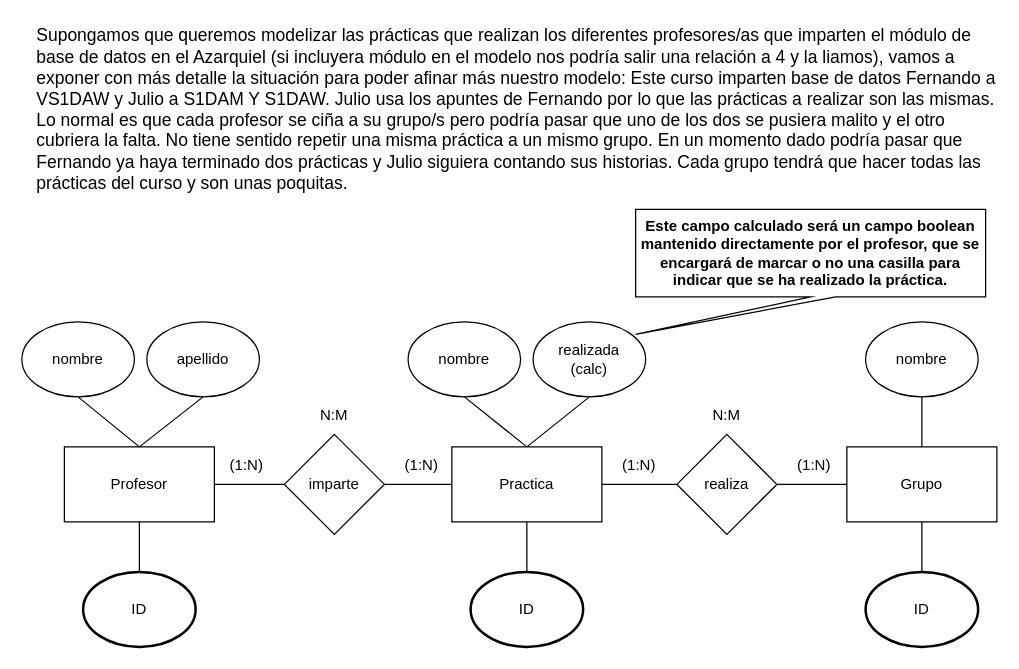
DiEgOfercri/Modelos-BBDD keeps this draw.io diagram as drawio/Ejer2.drawio. Above is the earlier version. Source tidied: cells renumbered, new cells numbered last; positions are measured from the earlier drawing's top-left corner, leaving out a move shared by most shapes. Both pictures are drawn from the tidied source at 125%, with x=0, y=0 at pixel (21, 21).
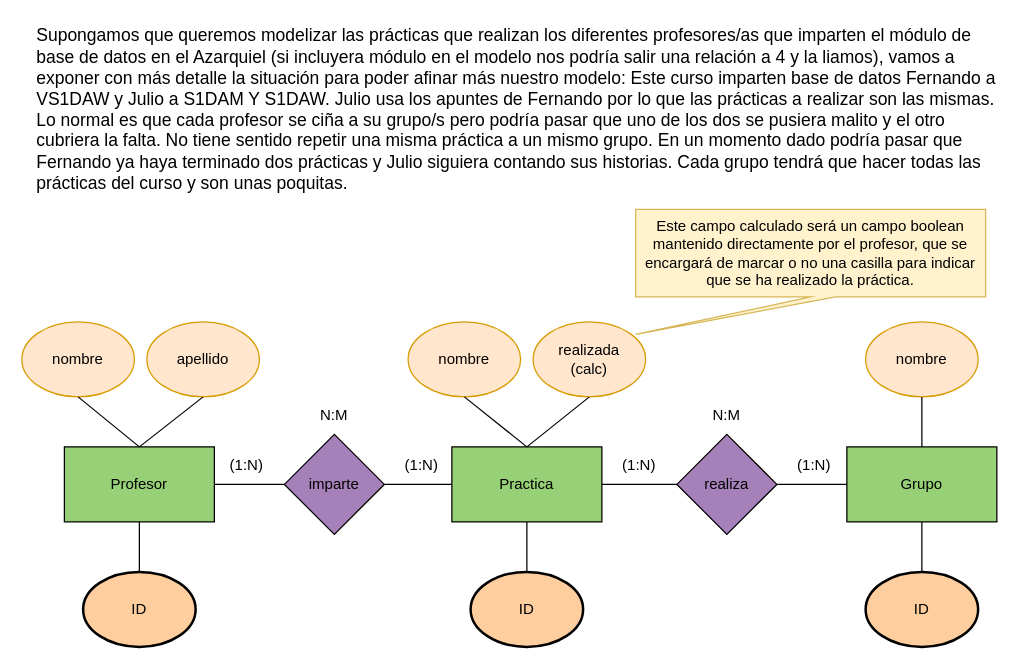
Above is the later version.

The edit, as a diff of the source:
```diff
@@
-    <mxCell id="3" value="Profesor" style="rounded=0;whiteSpace=wrap;html=1;" parent="1" vertex="1">
+    <mxCell id="3" value="Profesor" style="rounded=0;whiteSpace=wrap;html=1;fillColor=#97D077;" parent="1" vertex="1">
       <mxGeometry x="34" y="340" width="120" height="60" as="geometry" />
     </mxCell>
-    <mxCell id="4" value="Practica" style="rounded=0;whiteSpace=wrap;html=1;" parent="1" vertex="1">
+    <mxCell id="4" value="Practica" style="rounded=0;whiteSpace=wrap;html=1;fillColor=#97D077;" parent="1" vertex="1">
       <mxGeometry x="344" y="340" width="120" height="60" as="geometry" />
     </mxCell>
-    <mxCell id="5" value="Grupo" style="rounded=0;whiteSpace=wrap;html=1;" parent="1" vertex="1">
+    <mxCell id="5" value="Grupo" style="rounded=0;whiteSpace=wrap;html=1;fillColor=#97D077;" parent="1" vertex="1">
       <mxGeometry x="660" y="340" width="120" height="60" as="geometry" />
     </mxCell>
-    <mxCell id="6" value="imparte" style="rhombus;whiteSpace=wrap;html=1;" parent="1" vertex="1">
+    <mxCell id="6" value="imparte" style="rhombus;whiteSpace=wrap;html=1;fillColor=#A680B8;" parent="1" vertex="1">
       <mxGeometry x="210" y="330" width="80" height="80" as="geometry" />
     </mxCell>
-    <mxCell id="7" value="realiza" style="rhombus;whiteSpace=wrap;html=1;" parent="1" vertex="1">
+    <mxCell id="7" value="realiza" style="rhombus;whiteSpace=wrap;html=1;fillColor=#A680B8;" parent="1" vertex="1">
       <mxGeometry x="524" y="330" width="80" height="80" as="geometry" />
     </mxCell>
@@
-    <mxCell id="12" value="ID" style="ellipse;whiteSpace=wrap;html=1;strokeWidth=2;" parent="1" vertex="1">
+    <mxCell id="12" value="ID" style="ellipse;whiteSpace=wrap;html=1;strokeWidth=2;fillColor=#FFCE9F;" parent="1" vertex="1">
       <mxGeometry x="675" y="440" width="90" height="60" as="geometry" />
     </mxCell>
-    <mxCell id="13" value="ID" style="ellipse;whiteSpace=wrap;html=1;strokeWidth=2;" parent="1" vertex="1">
+    <mxCell id="13" value="ID" style="ellipse;whiteSpace=wrap;html=1;strokeWidth=2;fillColor=#FFCE9F;" parent="1" vertex="1">
       <mxGeometry x="49" y="440" width="90" height="60" as="geometry" />
     </mxCell>
-    <mxCell id="14" value="ID" style="ellipse;whiteSpace=wrap;html=1;strokeWidth=2;" parent="1" vertex="1">
+    <mxCell id="14" value="ID" style="ellipse;whiteSpace=wrap;html=1;strokeWidth=2;fillColor=#FFCE9F;" parent="1" vertex="1">
       <mxGeometry x="359" y="440" width="90" height="60" as="geometry" />
     </mxCell>
-    <mxCell id="15" value="nombre" style="ellipse;whiteSpace=wrap;html=1;" parent="1" vertex="1">
+    <mxCell id="15" value="nombre" style="ellipse;whiteSpace=wrap;html=1;fillColor=#ffe6cc;strokeColor=#d79b00;" parent="1" vertex="1">
       <mxGeometry x="675" y="240" width="90" height="60" as="geometry" />
     </mxCell>
-    <mxCell id="16" value="nombre" style="ellipse;whiteSpace=wrap;html=1;" parent="1" vertex="1">
+    <mxCell id="16" value="nombre" style="ellipse;whiteSpace=wrap;html=1;fillColor=#ffe6cc;strokeColor=#d79b00;" parent="1" vertex="1">
       <mxGeometry x="309" y="240" width="90" height="60" as="geometry" />
     </mxCell>
-    <mxCell id="17" value="nombre" style="ellipse;whiteSpace=wrap;html=1;" parent="1" vertex="1">
+    <mxCell id="17" value="nombre" style="ellipse;whiteSpace=wrap;html=1;fillColor=#ffe6cc;strokeColor=#d79b00;" parent="1" vertex="1">
       <mxGeometry y="240" width="90" height="60" as="geometry" />
     </mxCell>
-    <mxCell id="18" value="apellido" style="ellipse;whiteSpace=wrap;html=1;" parent="1" vertex="1">
+    <mxCell id="18" value="apellido" style="ellipse;whiteSpace=wrap;html=1;fillColor=#ffe6cc;strokeColor=#d79b00;" parent="1" vertex="1">
       <mxGeometry x="100" y="240" width="90" height="60" as="geometry" />
     </mxCell>
-    <mxCell id="19" value="realizada&lt;br&gt;(calc)" style="ellipse;whiteSpace=wrap;html=1;" parent="1" vertex="1">
+    <mxCell id="19" value="realizada&lt;br&gt;(calc)" style="ellipse;whiteSpace=wrap;html=1;fillColor=#ffe6cc;strokeColor=#d79b00;" parent="1" vertex="1">
       <mxGeometry x="409" y="240" width="90" height="60" as="geometry" />
     </mxCell>
@@
-    <mxCell id="28" value="Este campo calculado será un campo boolean mantenido directamente por el profesor, que se encargará de marcar o no una casilla para indicar que se ha realizado la práctica." style="shape=callout;whiteSpace=wrap;html=1;perimeter=calloutPerimeter;direction=east;position2=0;fontStyle=1;" parent="1" vertex="1">
+    <mxCell id="28" value="Este campo calculado será un campo boolean mantenido directamente por el profesor, que se encargará de marcar o no una casilla para indicar que se ha realizado la práctica." style="shape=callout;whiteSpace=wrap;html=1;perimeter=calloutPerimeter;direction=east;position2=0;fontStyle=0;fillColor=#fff2cc;strokeColor=#d6b656;" parent="1" vertex="1">
       <mxGeometry x="491" y="150" width="280" height="100" as="geometry" />
     </mxCell>
```
